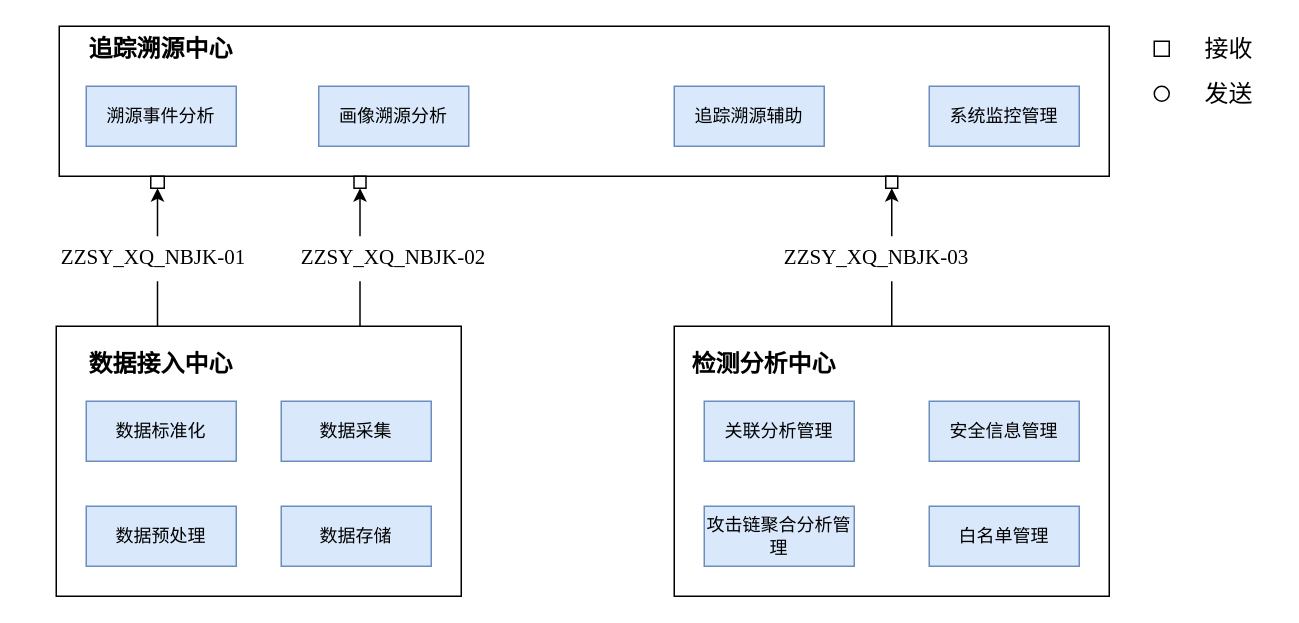
Before: 软件需求规格说明-内部接口需求.drawio in popvlovs/popvlovs-repository, a draw.io diagram. Source tidied: cells renumbered, new cells numbered last; positions are measured from the earlier drawing's top-left corner, leaving out a move shared by most shapes. Both pictures are drawn from the tidied source at 150%, with x=0, y=0 at pixel (26, 26).
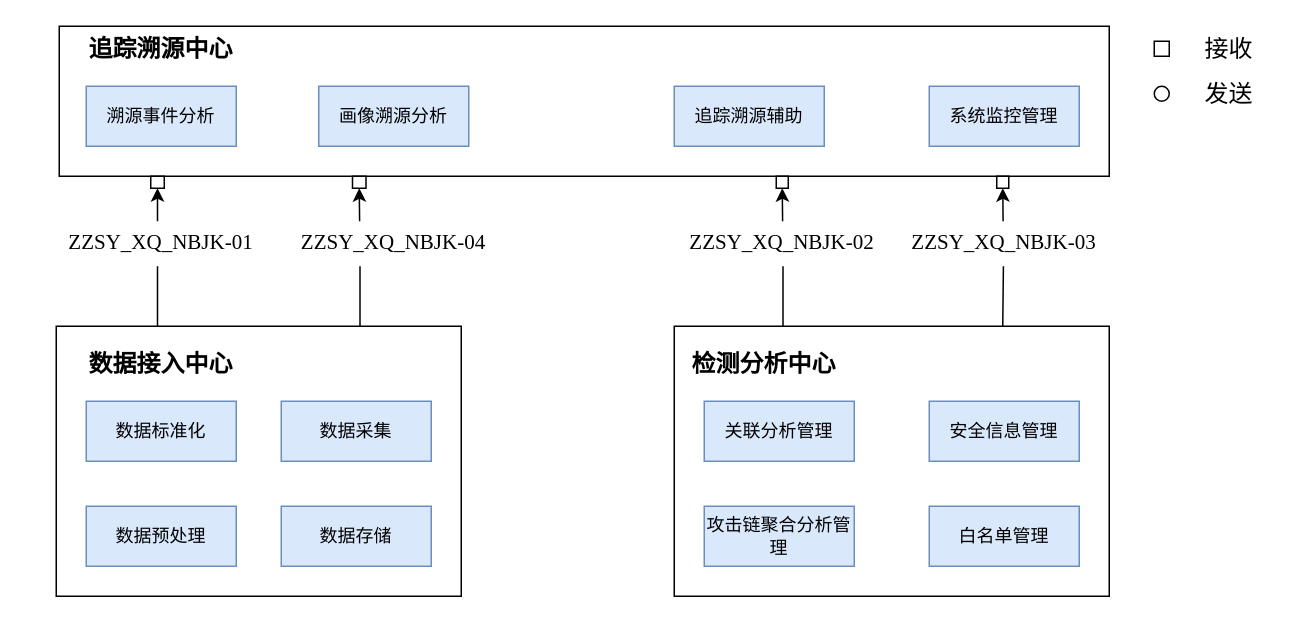
The same page after the edit.

Commit message (it also covers changes not shown here):
Update 软件需求规格说明-内部接口需求.drawio

The change refers to these unchanged cells:
```xml
<mxCell id="10" style="rounded=0;whiteSpace=wrap;html=1;" parent="1" vertex="1">
  <mxGeometry x="20" y="200" width="270" height="180" as="geometry" />
</mxCell>
<mxCell id="17" style="rounded=0;whiteSpace=wrap;html=1;" parent="1" vertex="1">
  <mxGeometry x="432" y="200" width="290" height="180" as="geometry" />
</mxCell>
```

Change to the diagram source:
```diff
@@
-    <mxCell id="9" style="edgeStyle=orthogonalEdgeStyle;rounded=0;jettySize=auto;html=1;exitX=0.75;exitY=0;exitDx=0;exitDy=0;entryX=0.5;entryY=1;entryDx=0;entryDy=0;" parent="1" edge="1" source="10" target="30">
+    <mxCell id="9" style="edgeStyle=orthogonalEdgeStyle;rounded=0;jettySize=auto;html=1;exitX=0.25;exitY=0;exitDx=0;exitDy=0;entryX=0.5;entryY=1;entryDx=0;entryDy=0;" parent="1" edge="1" source="17" target="30">
       <mxGeometry relative="1" as="geometry" />
     </mxCell>
+    <mxCell id="34" style="edgeStyle=orthogonalEdgeStyle;rounded=0;jettySize=auto;html=1;exitX=0.75;exitY=0;exitDx=0;exitDy=0;entryX=0.5;entryY=1;entryDx=0;entryDy=0;" parent="1" edge="1" source="10" target="35">
+      <mxGeometry relative="1" as="geometry" />
+    </mxCell>
@@
-    <mxCell id="16" style="edgeStyle=orthogonalEdgeStyle;rounded=0;jettySize=auto;html=1;exitX=0.5;exitY=0;exitDx=0;exitDy=0;entryX=0.5;entryY=1;entryDx=0;entryDy=0;" parent="1" edge="1" source="17" target="32">
-      <mxGeometry relative="1" as="geometry" />
+    <mxCell id="16" style="edgeStyle=orthogonalEdgeStyle;rounded=0;jettySize=auto;html=1;exitX=0.5;exitY=0;exitDx=0;exitDy=0;entryX=0.5;entryY=1;entryDx=0;entryDy=0;" parent="1" edge="1" target="32">
+      <mxGeometry relative="1" as="geometry">
+        <mxPoint x="651" y="200" as="sourcePoint" />
+      </mxGeometry>
     </mxCell>
@@
     <mxCell id="23" value="&lt;span lang=&quot;EN-US&quot; style=&quot;font-size: 10.5pt ; font-family: &amp;#34;times new roman&amp;#34; , serif&quot;&gt;ZZSY_XQ_NBJK-01&lt;/span&gt;" style="text;html=1;strokeColor=none;fillColor=#FFFFFF;align=center;verticalAlign=middle;whiteSpace=wrap;rounded=0;fontFamily=Helvetica;fontSize=12;fontColor=default;" parent="1" vertex="1">
-      <mxGeometry y="140" width="170" height="30" as="geometry" />
+      <mxGeometry x="5" y="130" width="170" height="30" as="geometry" />
     </mxCell>
@@
     <mxCell id="30" style="rounded=0;whiteSpace=wrap;html=1;fontFamily=Helvetica;fontSize=16;fontColor=default;" parent="1" vertex="1">
-      <mxGeometry x="218.5" y="100" width="8" height="8" as="geometry" />
+      <mxGeometry x="500" y="100" width="8" height="8" as="geometry" />
     </mxCell>
     <mxCell id="31" value="&lt;span lang=&quot;EN-US&quot; style=&quot;font-size: 10.5pt ; font-family: &amp;#34;times new roman&amp;#34; , serif&quot;&gt;ZZSY_XQ_NBJK-02&lt;/span&gt;" style="text;html=1;strokeColor=none;fillColor=#FFFFFF;align=center;verticalAlign=middle;whiteSpace=wrap;rounded=0;fontFamily=Helvetica;fontSize=12;fontColor=default;" parent="1" vertex="1">
-      <mxGeometry x="160" y="140" width="170" height="30" as="geometry" />
+      <mxGeometry x="434" y="130" width="140" height="30" as="geometry" />
     </mxCell>
     <mxCell id="32" style="rounded=0;whiteSpace=wrap;html=1;fontFamily=Helvetica;fontSize=16;fontColor=default;" parent="1" vertex="1">
-      <mxGeometry x="573" y="100" width="8" height="8" as="geometry" />
+      <mxGeometry x="647" y="100" width="8" height="8" as="geometry" />
     </mxCell>
     <mxCell id="33" value="&lt;span lang=&quot;EN-US&quot; style=&quot;font-size: 10.5pt ; font-family: &amp;#34;times new roman&amp;#34; , serif&quot;&gt;ZZSY_XQ_NBJK-03&lt;/span&gt;" style="text;html=1;strokeColor=none;fillColor=#FFFFFF;align=center;verticalAlign=middle;whiteSpace=wrap;rounded=0;fontFamily=Helvetica;fontSize=12;fontColor=default;" parent="1" vertex="1">
-      <mxGeometry x="482" y="140" width="170" height="30" as="geometry" />
+      <mxGeometry x="587" y="130" width="130" height="30" as="geometry" />
     </mxCell>
+    <mxCell id="35" style="rounded=0;whiteSpace=wrap;html=1;fontFamily=Helvetica;fontSize=16;fontColor=default;" parent="1" vertex="1">
+      <mxGeometry x="217.5" y="100" width="9" height="8" as="geometry" />
+    </mxCell>
+    <mxCell id="36" value="&lt;span lang=&quot;EN-US&quot; style=&quot;font-size: 10.5pt ; font-family: &amp;#34;times new roman&amp;#34; , serif&quot;&gt;ZZSY_XQ_NBJK-04&lt;/span&gt;" style="text;html=1;strokeColor=none;fillColor=#FFFFFF;align=center;verticalAlign=middle;whiteSpace=wrap;rounded=0;fontFamily=Helvetica;fontSize=12;fontColor=default;" parent="1" vertex="1">
+      <mxGeometry x="160" y="130" width="170" height="30" as="geometry" />
+    </mxCell>
```
